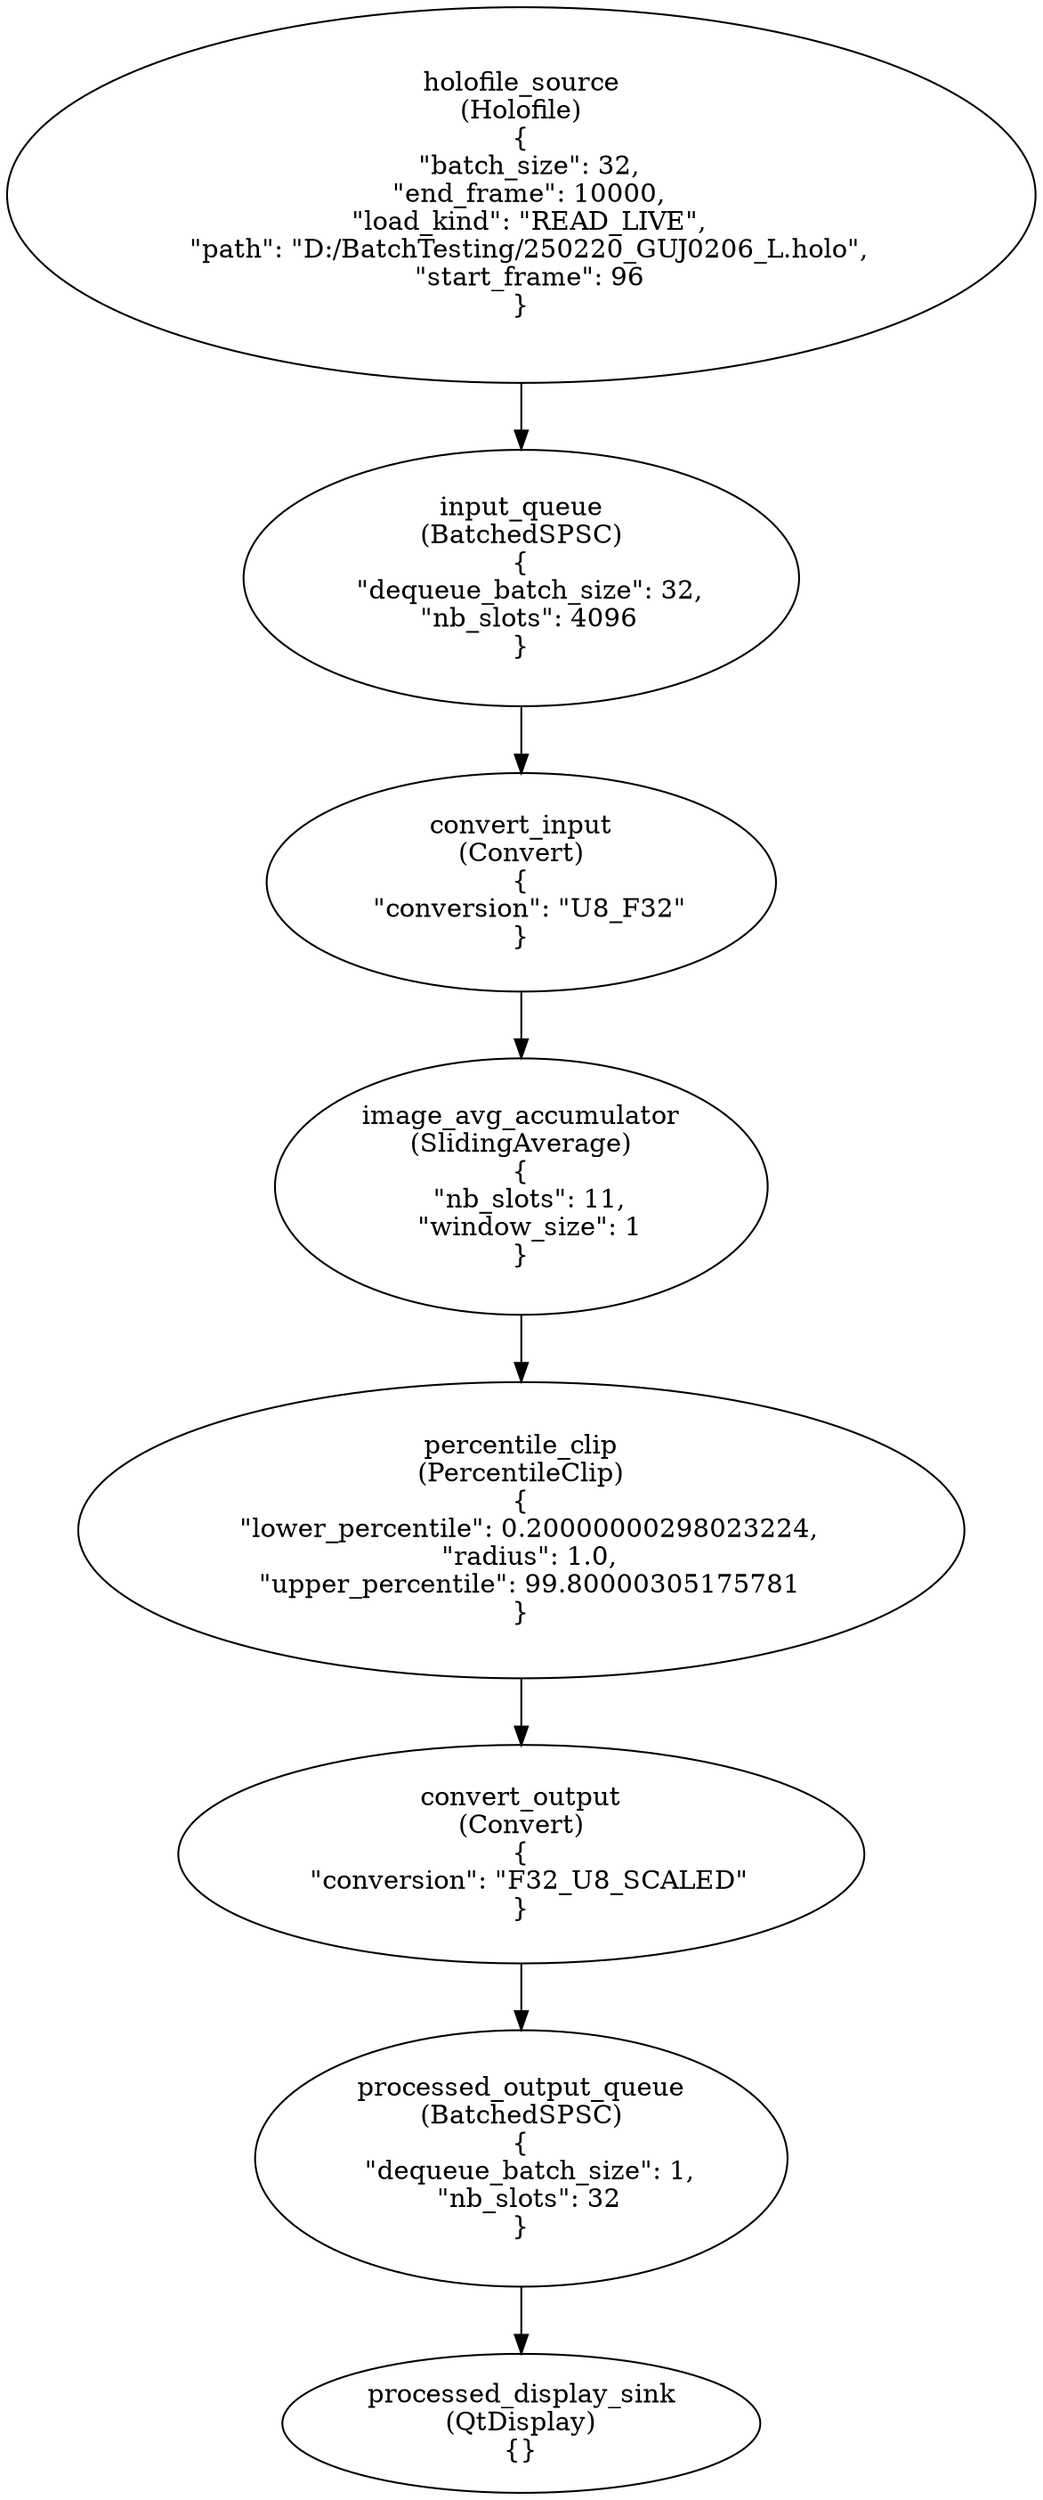
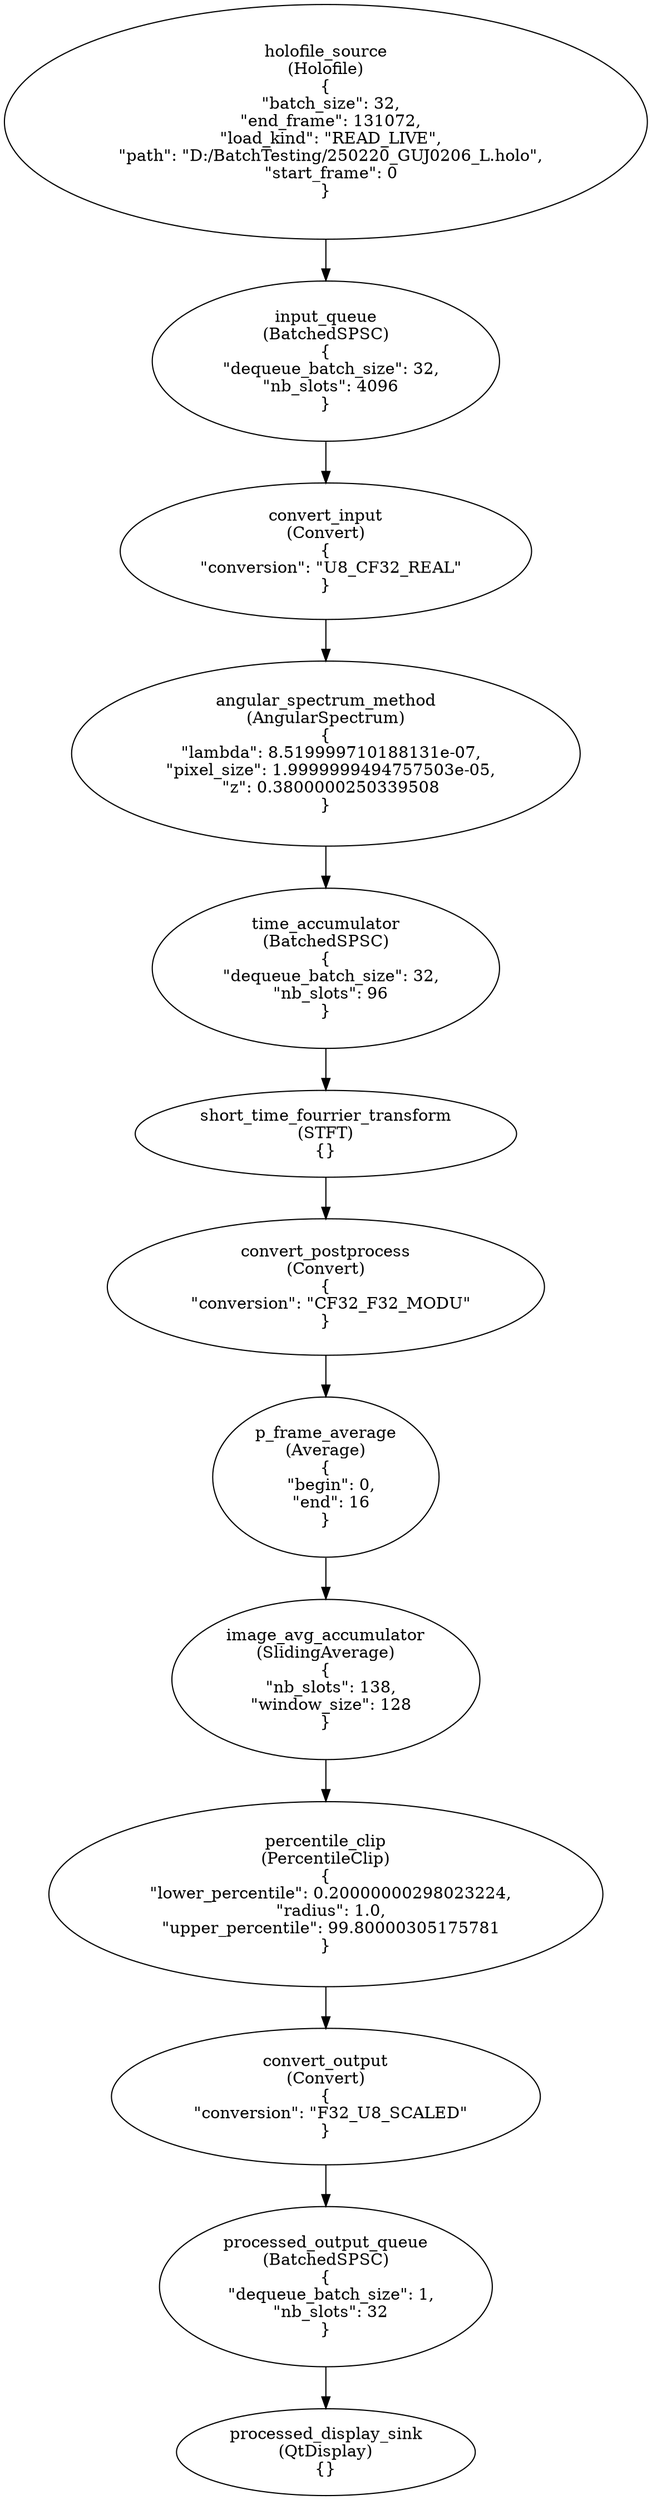
digraph G {
0[label="holofile_source\n(Holofile)\n{
  \"batch_size\": 32,
-   \"end_frame\": 10000,
+   \"end_frame\": 131072,
  \"load_kind\": \"READ_LIVE\",
  \"path\": \"D:/BatchTesting/250220_GUJ0206_L.holo\",
-   \"start_frame\": 96
+   \"start_frame\": 0
}"];
1[label="input_queue\n(BatchedSPSC)\n{
  \"dequeue_batch_size\": 32,
  \"nb_slots\": 4096
}"];
2[label="convert_input\n(Convert)\n{
-   \"conversion\": \"U8_F32\"
+   \"conversion\": \"U8_CF32_REAL\"
}"];
- 3[label="image_avg_accumulator\n(SlidingAverage)\n{
-   \"nb_slots\": 11,
-   \"window_size\": 1
+ 3[label="angular_spectrum_method\n(AngularSpectrum)\n{
+   \"lambda\": 8.519999710188131e-07,
+   \"pixel_size\": 1.9999999494757503e-05,
+   \"z\": 0.3800000250339508
}"];
- 4[label="percentile_clip\n(PercentileClip)\n{
+ 4[label="time_accumulator\n(BatchedSPSC)\n{
+   \"dequeue_batch_size\": 32,
+   \"nb_slots\": 96
+ }"];
+ 5[label="short_time_fourrier_transform\n(STFT)\n{}"];
+ 6[label="convert_postprocess\n(Convert)\n{
+   \"conversion\": \"CF32_F32_MODU\"
+ }"];
+ 7[label="p_frame_average\n(Average)\n{
+   \"begin\": 0,
+   \"end\": 16
+ }"];
+ 8[label="image_avg_accumulator\n(SlidingAverage)\n{
+   \"nb_slots\": 138,
+   \"window_size\": 128
+ }"];
+ 9[label="percentile_clip\n(PercentileClip)\n{
  \"lower_percentile\": 0.20000000298023224,
  \"radius\": 1.0,
  \"upper_percentile\": 99.80000305175781
}"];
- 5[label="convert_output\n(Convert)\n{
+ 10[label="convert_output\n(Convert)\n{
  \"conversion\": \"F32_U8_SCALED\"
}"];
- 6[label="processed_output_queue\n(BatchedSPSC)\n{
+ 11[label="processed_output_queue\n(BatchedSPSC)\n{
  \"dequeue_batch_size\": 1,
  \"nb_slots\": 32
}"];
- 7[label="processed_display_sink\n(QtDisplay)\n{}"];
+ 12[label="processed_display_sink\n(QtDisplay)\n{}"];
0->1 ;
1->2 ;
2->3 ;
3->4 ;
4->5 ;
5->6 ;
6->7 ;
+ 7->8 ;
+ 8->9 ;
+ 9->10 ;
+ 10->11 ;
+ 11->12 ;
}
